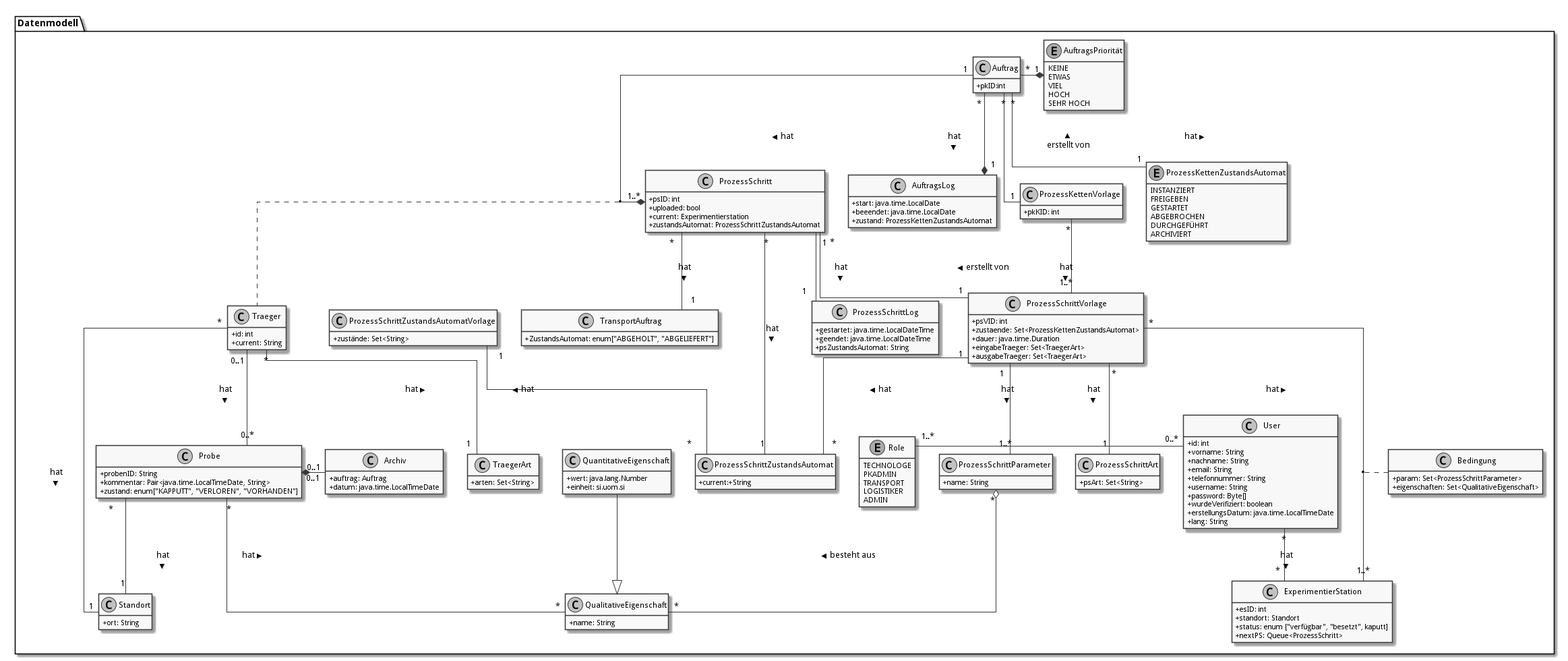
Before: doc/UML/datenModel.png, a diagram exported from PlantUML (fkehlenb/softwareprojekt-2).
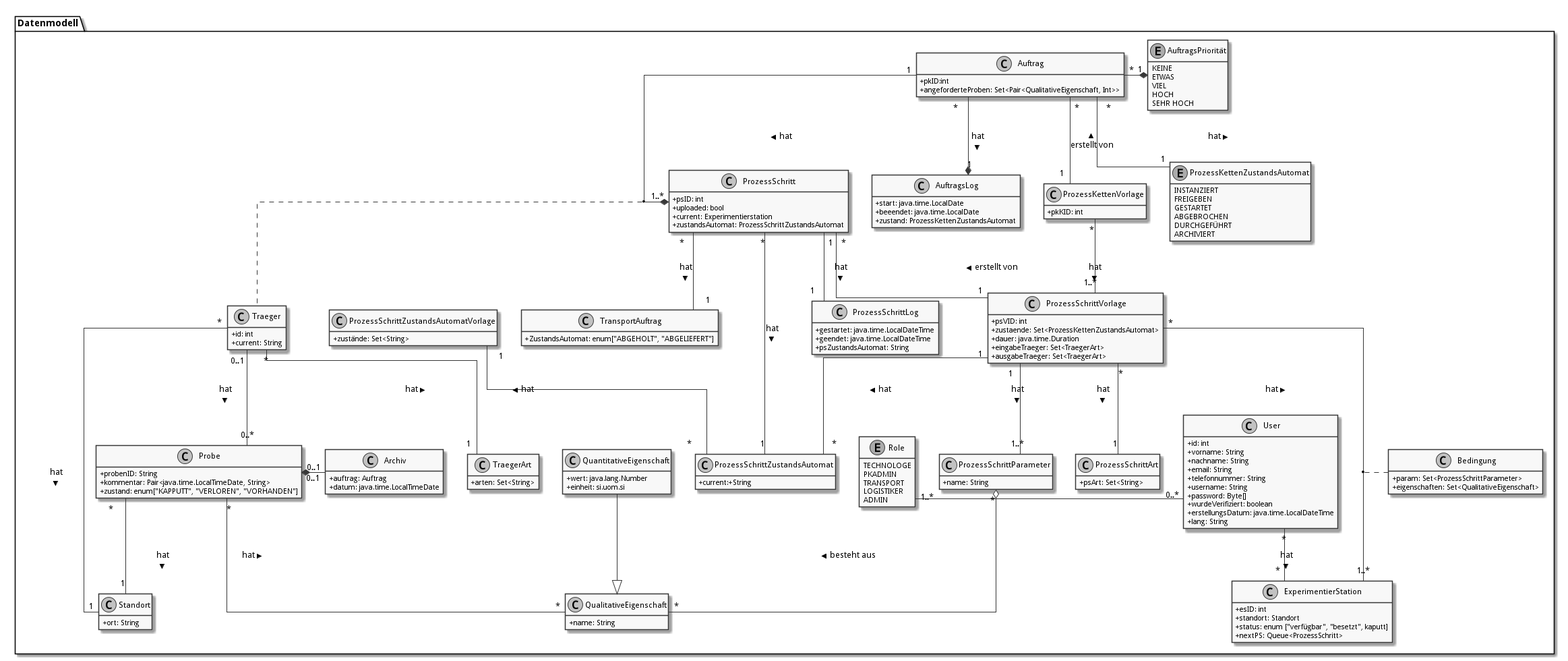
After the change.

Change to the diagram source:
```diff
@@ -25,7 +25,7 @@
   +username: String
   +password: Byte[]
   +wurdeVerifiziert: boolean
-  +erstellungsDatum: java.time.LocalTimeDate
+  +erstellungsDatum: java.time.LocalDateTime
   +lang: String
 }
 
@@ -107,6 +107,7 @@
 
 class Auftrag {
   +pkID:int
+  +angeforderteProben: Set<Pair<QualitativeEigenschaft, Int>>
 }
 
 class AuftragsLog {
```
